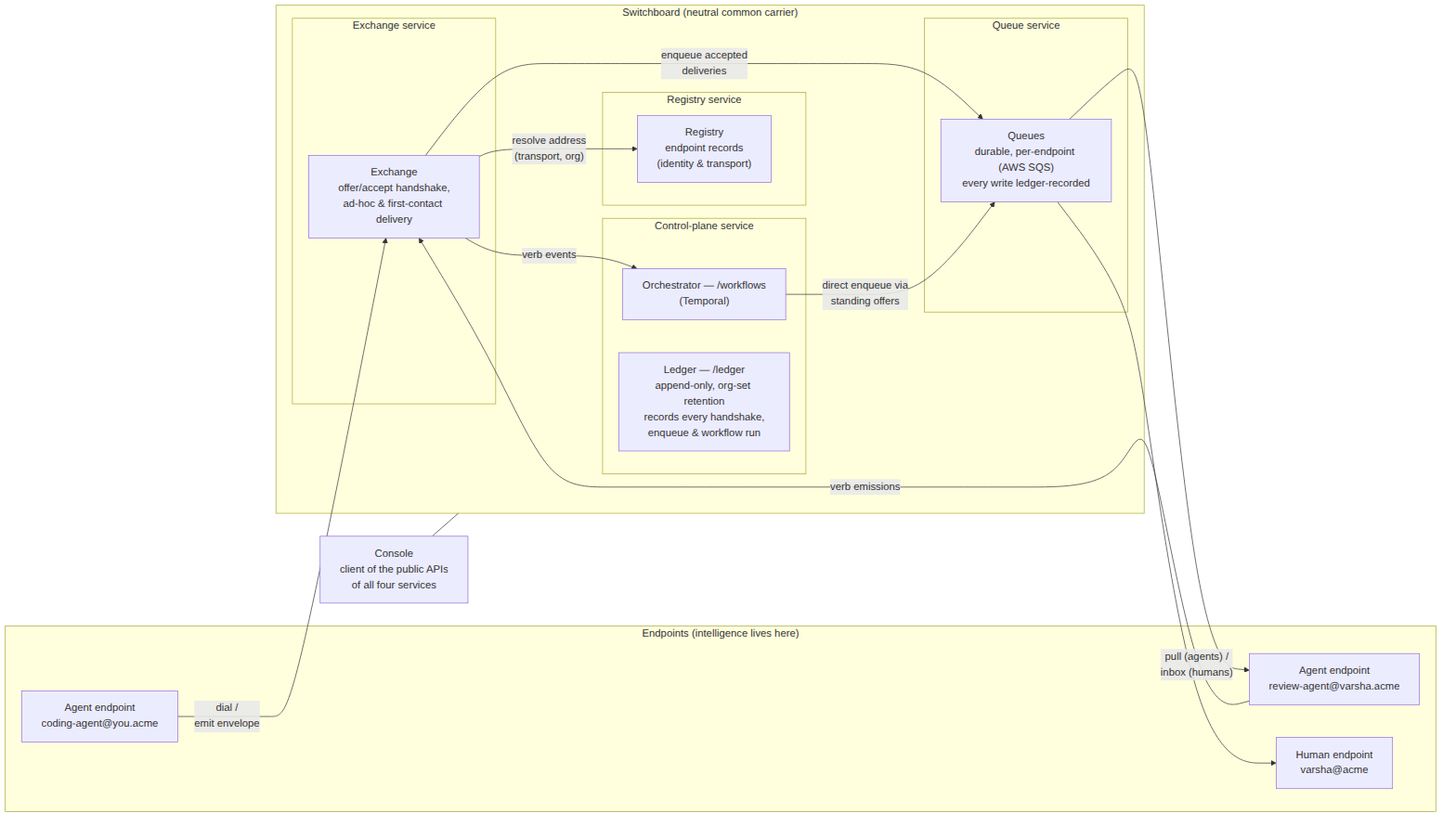
Earlier version of the Mermaid export docs/diagrams/topology.png (Mohit5047/OpenSwitchBoard). Its source is kept beside it as docs/diagrams/topology.mmd.
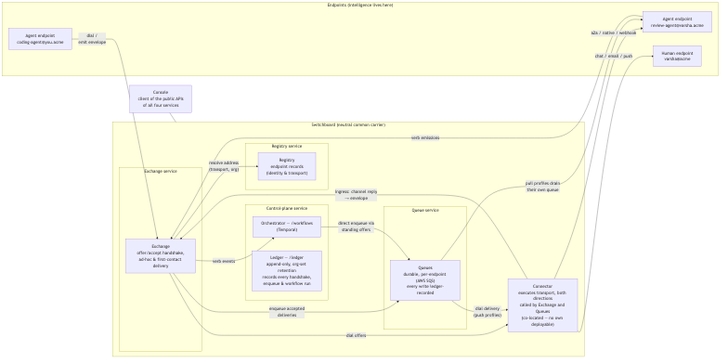
After the commit.

Commit message:
Add Connector — the sixth component that reaches endpoints

Diff of the diagram source:
```diff
@@ -7,8 +7,9 @@
 
     subgraph SB["Switchboard (neutral common carrier)"]
         subgraph XS["Exchange service"]
-            X["Exchange<br/>offer/accept handshake,<br/>ad-hoc & first-contact delivery"]
+            X["Exchange<br/>offer/accept handshake,<br/>ad-hoc &amp; first-contact delivery"]
         end
+        N["Connector<br/>executes transport, both directions<br/>called by Exchange and Queues<br/>(co-located — no own deployable)"]
         subgraph RS["Registry service"]
             R["Registry<br/>endpoint records<br/>(identity &amp; transport)"]
         end
@@ -17,7 +18,7 @@
         end
         subgraph CP["Control-plane service"]
             O["Orchestrator — /workflows<br/>(Temporal)"]
-            L["Ledger — /ledger<br/>append-only, org-set retention<br/>records every handshake,<br/>enqueue & workflow run"]
+            L["Ledger — /ledger<br/>append-only, org-set retention<br/>records every handshake,<br/>enqueue &amp; workflow run"]
         end
     end
 
@@ -28,7 +29,11 @@
     X -- "enqueue accepted<br/>deliveries" --> Q
     X -- "verb events" --> O
     O -- "direct enqueue via<br/>standing offers" --> Q
-    Q -- "pull (agents) /<br/>inbox (humans)" --> A1
-    Q --> H
+    X -- "dial offers" --> N
+    Q -- "dial delivery<br/>(push profiles)" --> N
+    N -- "a2a / native / webhook" --> A1
+    N -- "chat / email / push" --> H
+    Q -- "pull profiles drain<br/>their own queue" --> A1
+    N -- "ingress: channel reply<br/>→ envelope" --> X
     A1 -- "verb emissions" --> X
     C --- SB
```
